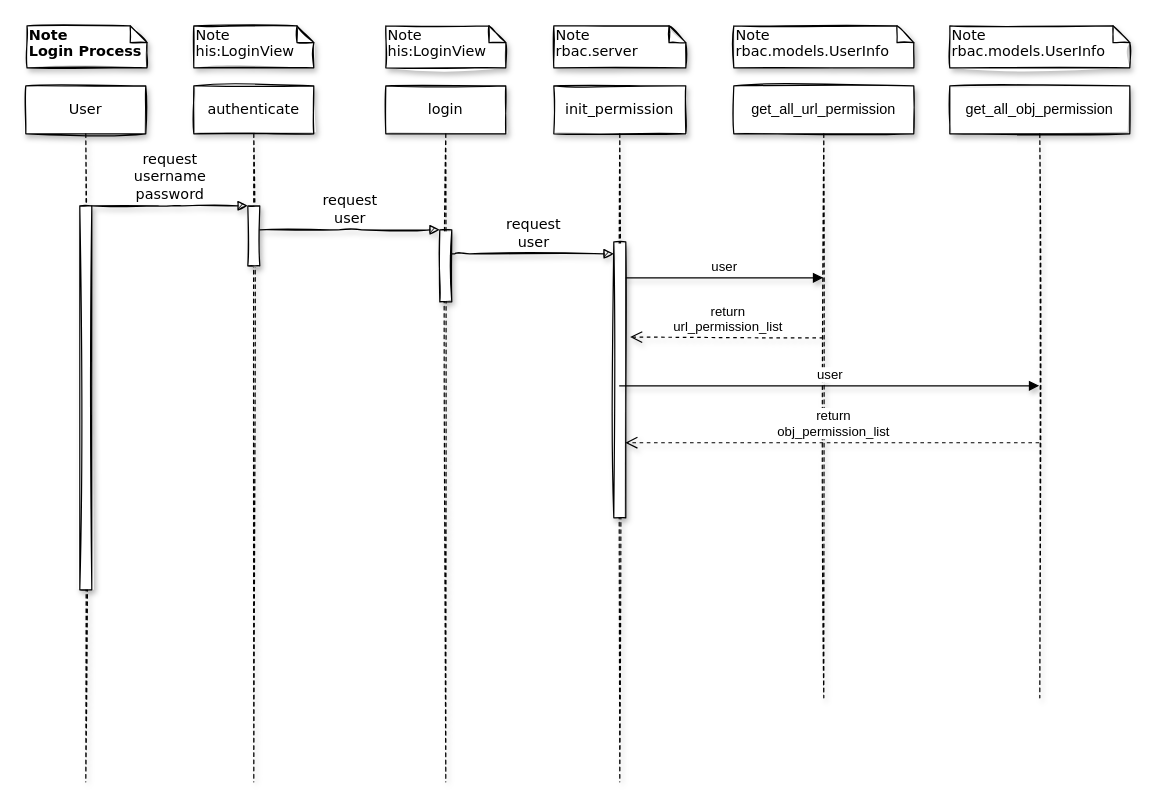
This is HIS-RBAC-Workflow.drawio from YuanchenZhu2020/DrawIO, a draw.io file, before an edit. Source tidied: cells renumbered, new cells numbered last; positions are measured from the earlier drawing's top-left corner, leaving out a move shared by most shapes. Both pictures are drawn from the tidied source at 120%, with x=0, y=0 at pixel (25, 25).
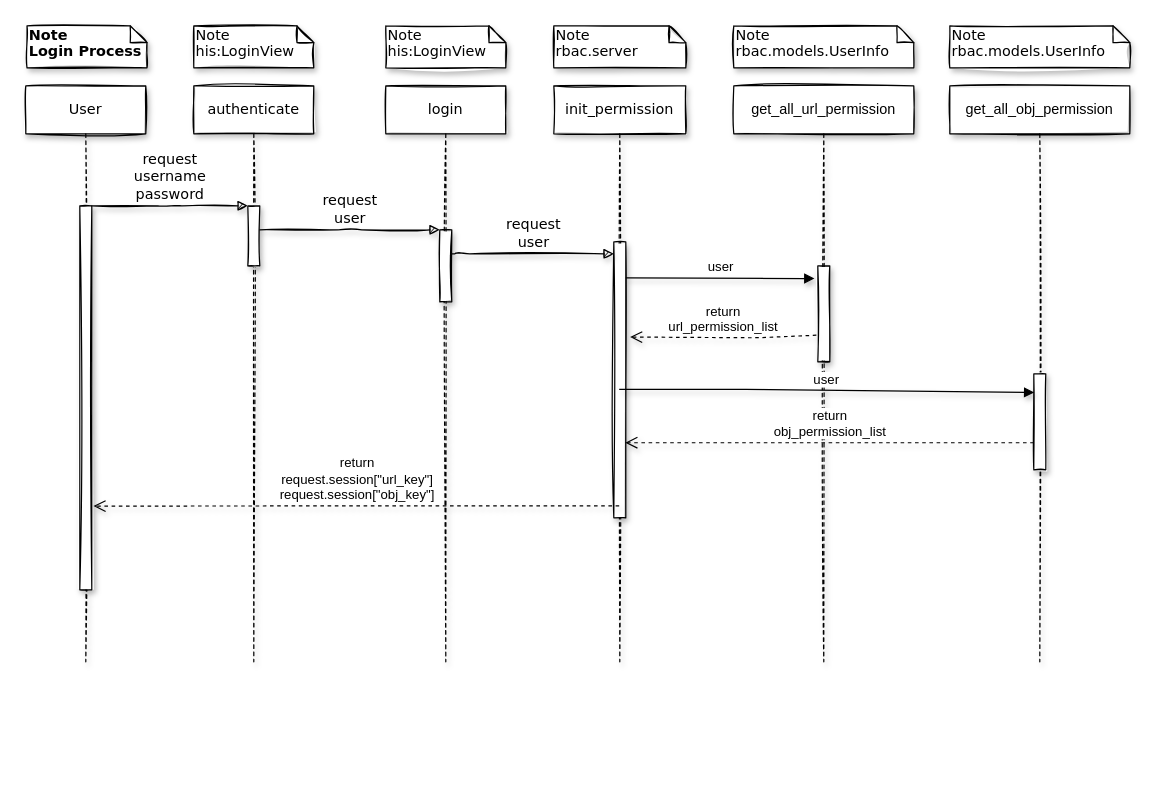
The same page after the edit.

The change refers to these unchanged cells:
```xml
<mxCell id="7" style="html=1;points=[];perimeter=orthogonalPerimeter;shadow=1;comic=0;labelBackgroundColor=none;strokeWidth=1;fontFamily=Verdana;fontSize=12;align=center;sketch=1;" parent="6" vertex="1">
  <mxGeometry x="50" y="130" width="10" height="230" as="geometry" />
</mxCell>
<mxCell id="10" style="html=1;points=[];perimeter=orthogonalPerimeter;shadow=1;comic=0;labelBackgroundColor=none;strokeWidth=1;fontFamily=Verdana;fontSize=12;align=center;glass=0;sketch=1;" parent="9" vertex="1">
  <mxGeometry x="45" y="100" width="10" height="320" as="geometry" />
</mxCell>
```

The edit, as a diff of the source:
```diff
@@
     <mxCell id="2" value="authenticate" style="shape=umlLifeline;perimeter=lifelinePerimeter;whiteSpace=wrap;html=1;shadow=1;comic=0;labelBackgroundColor=none;strokeWidth=1;fontFamily=Verdana;fontSize=12;align=center;sketch=1;" parent="1" vertex="1">
-      <mxGeometry x="140" y="50" width="100" height="580" as="geometry" />
+      <mxGeometry x="140" y="50" width="100" height="480" as="geometry" />
     </mxCell>
@@
     <mxCell id="4" value="login" style="shape=umlLifeline;perimeter=lifelinePerimeter;whiteSpace=wrap;html=1;shadow=1;comic=0;labelBackgroundColor=none;strokeWidth=1;fontFamily=Verdana;fontSize=12;align=center;sketch=1;" parent="1" vertex="1">
-      <mxGeometry x="300" y="50" width="100" height="580" as="geometry" />
+      <mxGeometry x="300" y="50" width="100" height="480" as="geometry" />
     </mxCell>
@@
     <mxCell id="6" value="init_permission" style="shape=umlLifeline;perimeter=lifelinePerimeter;whiteSpace=wrap;html=1;outlineConnect=0;shadow=1;comic=0;labelBackgroundColor=none;strokeWidth=1;fontFamily=Verdana;fontSize=12;align=center;sketch=1;" parent="1" vertex="1">
-      <mxGeometry x="440" y="50" width="110" height="580" as="geometry" />
+      <mxGeometry x="440" y="50" width="110" height="480" as="geometry" />
     </mxCell>
@@
-    <mxCell id="8" value="user" style="html=1;verticalAlign=bottom;endArrow=block;shadow=1;" parent="6" edge="1" target="18">
+    <mxCell id="8" value="user" style="html=1;verticalAlign=bottom;endArrow=block;shadow=1;entryX=-0.28;entryY=0.133;entryDx=0;entryDy=0;entryPerimeter=0;" parent="6" edge="1" target="25">
       <mxGeometry relative="1" as="geometry">
         <mxPoint x="60" y="160" as="sourcePoint" />
       </mxGeometry>
     </mxCell>
     <mxCell id="9" value="User" style="shape=umlLifeline;perimeter=lifelinePerimeter;whiteSpace=wrap;html=1;shadow=1;comic=0;labelBackgroundColor=none;strokeWidth=1;fontFamily=Verdana;fontSize=12;align=center;sketch=1;" parent="1" vertex="1">
-      <mxGeometry y="50" width="100" height="580" as="geometry" />
+      <mxGeometry y="50" width="100" height="480" as="geometry" />
     </mxCell>
@@
     <mxCell id="18" value="get_all_url_permission" style="shape=umlLifeline;perimeter=lifelinePerimeter;whiteSpace=wrap;html=1;outlineConnect=0;shadow=1;glass=0;sketch=1;" parent="1" vertex="1">
-      <mxGeometry x="590" y="50" width="150" height="510" as="geometry" />
+      <mxGeometry x="590" y="50" width="150" height="480" as="geometry" />
     </mxCell>
+    <mxCell id="25" style="html=1;points=[];perimeter=orthogonalPerimeter;shadow=1;glass=0;sketch=1;" parent="18" vertex="1">
+      <mxGeometry x="70" y="150" width="10" height="80" as="geometry" />
+    </mxCell>
@@
     <mxCell id="20" value="get_all_obj_permission" style="shape=umlLifeline;perimeter=lifelinePerimeter;whiteSpace=wrap;html=1;outlineConnect=0;shadow=1;glass=0;sketch=1;" parent="1" vertex="1">
-      <mxGeometry x="770" y="50" width="150" height="510" as="geometry" />
+      <mxGeometry x="770" y="50" width="150" height="480" as="geometry" />
     </mxCell>
+    <mxCell id="26" style="html=1;points=[];perimeter=orthogonalPerimeter;shadow=1;glass=0;sketch=1;" parent="20" vertex="1">
+      <mxGeometry x="70" y="240" width="10" height="80" as="geometry" />
+    </mxCell>
@@
-    <mxCell id="22" value="return&lt;br&gt;obj_permission_list" style="html=1;verticalAlign=bottom;endArrow=open;dashed=1;endSize=8;shadow=1;entryX=0.96;entryY=0.728;entryDx=0;entryDy=0;entryPerimeter=0;" parent="1" edge="1" source="20" target="7">
+    <mxCell id="22" value="return&lt;br&gt;obj_permission_list" style="html=1;verticalAlign=bottom;endArrow=open;dashed=1;endSize=8;shadow=1;entryX=0.96;entryY=0.728;entryDx=0;entryDy=0;entryPerimeter=0;" parent="1" edge="1" source="26" target="7">
       <mxGeometry relative="1" as="geometry" />
     </mxCell>
-    <mxCell id="23" value="return&lt;br&gt;url_permission_list" style="html=1;verticalAlign=bottom;endArrow=open;dashed=1;endSize=8;shadow=1;entryX=1.36;entryY=0.345;entryDx=0;entryDy=0;entryPerimeter=0;" parent="1" edge="1" source="18" target="7">
+    <mxCell id="23" value="return&lt;br&gt;url_permission_list" style="html=1;verticalAlign=bottom;endArrow=open;dashed=1;endSize=8;shadow=1;entryX=1.36;entryY=0.345;entryDx=0;entryDy=0;entryPerimeter=0;exitX=-0.12;exitY=0.723;exitDx=0;exitDy=0;exitPerimeter=0;" parent="1" edge="1" source="25" target="7">
       <mxGeometry relative="1" as="geometry">
         <Array as="points">
           <mxPoint x="610" y="260" />
         </Array>
       </mxGeometry>
     </mxCell>
-    <mxCell id="24" value="user" style="html=1;verticalAlign=bottom;endArrow=block;shadow=1;" parent="1" edge="1" source="6" target="20">
+    <mxCell id="24" value="user" style="html=1;verticalAlign=bottom;endArrow=block;shadow=1;entryX=0.04;entryY=0.158;entryDx=0;entryDy=0;entryPerimeter=0;" parent="1" edge="1">
       <mxGeometry relative="1" as="geometry">
+        <mxPoint x="494.5" y="303" as="sourcePoint" />
+        <mxPoint x="840.4" y="305.6" as="targetPoint" />
         <Array as="points">
-          <mxPoint x="610" y="300" />
+          <mxPoint x="610" y="303" />
         </Array>
       </mxGeometry>
     </mxCell>
+    <mxCell id="27" value="return&lt;br&gt;request.session[&quot;url_key&quot;]&lt;br&gt;request.session[&quot;obj_key&quot;]" style="html=1;verticalAlign=bottom;endArrow=open;dashed=1;endSize=8;shadow=1;entryX=1.14;entryY=0.782;entryDx=0;entryDy=0;entryPerimeter=0;" parent="1" edge="1" source="6" target="10">
+      <mxGeometry relative="1" as="geometry">
+        <Array as="points">
+          <mxPoint x="410" y="400" />
+        </Array>
+      </mxGeometry>
+    </mxCell>
```
